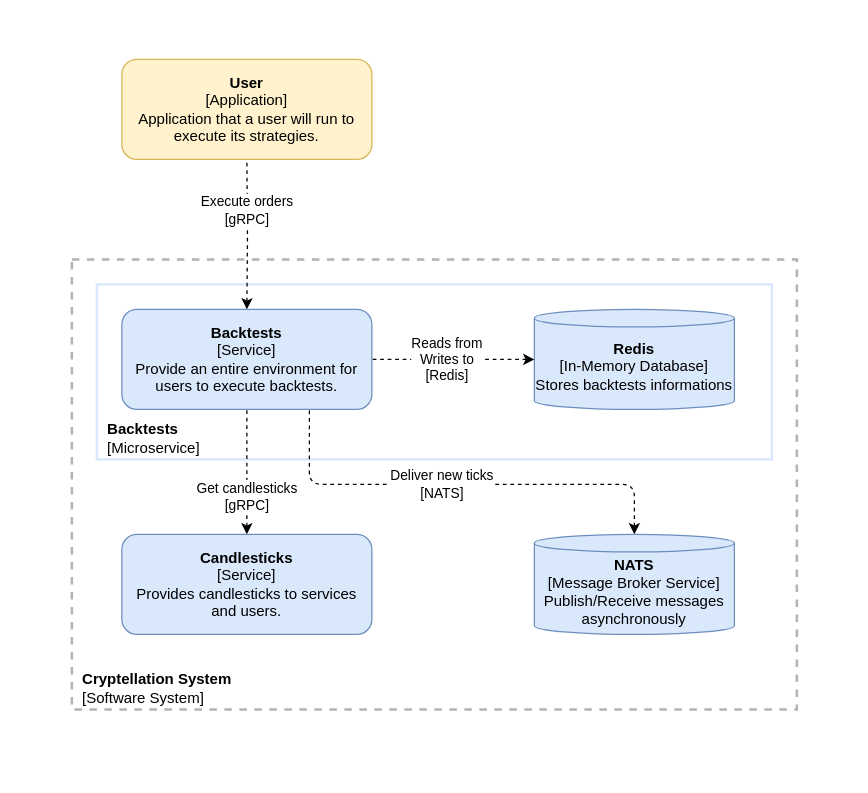
The draw.io diagram website/docs/system/backtests/container-diagram.drawio in lerenn/cryptellation, before the edit. Source tidied: cells renumbered, new cells numbered last; positions are measured from the earlier drawing's top-left corner, leaving out a move shared by most shapes. Both pictures are drawn from the tidied source at 125%, with x=0, y=0 at pixel (21, 21).
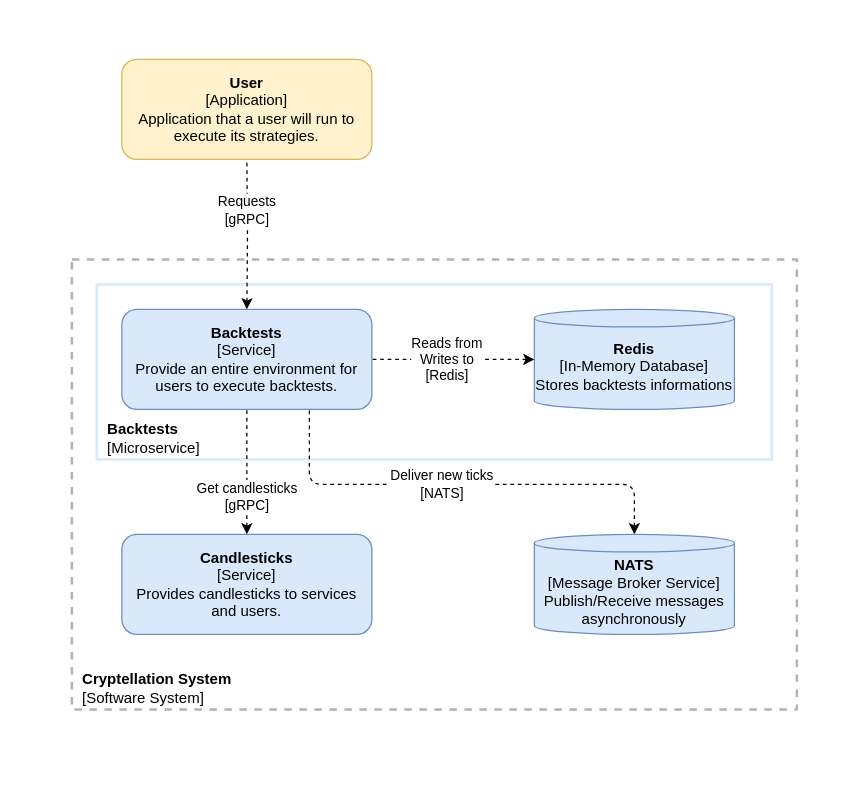
Above is the later version.

Commit message (it also covers changes not shown here):
add backtest component diagram

The edit, as a diff of the source:
```diff
@@
 <mxGraphModel>
   <root>
     <mxCell id="0" />
     <mxCell id="1" parent="0" />
     <mxCell id="2" style="rounded=1;whiteSpace=wrap;html=1;labelBackgroundColor=none;strokeColor=none;strokeWidth=2;fillColor=default;" parent="1" vertex="1">
       <mxGeometry width="660" height="600" as="geometry" />
     </mxCell>
     <mxCell id="3" value="&lt;b style=&quot;&quot;&gt;&amp;nbsp; Cryptellation System&lt;br&gt;&amp;nbsp;&amp;nbsp;&lt;/b&gt;&lt;span style=&quot;&quot;&gt;[Software System]&lt;/span&gt;" style="rounded=0;whiteSpace=wrap;html=1;fillColor=none;dashed=1;strokeWidth=2;strokeColor=#B3B3B3;align=left;verticalAlign=bottom;" parent="1" vertex="1">
       <mxGeometry x="40" y="190" width="580" height="360" as="geometry" />
     </mxCell>
     <mxCell id="4" value="&amp;nbsp; &lt;b&gt;Backtests&lt;/b&gt;&lt;br&gt;&amp;nbsp; [Microservice]" style="rounded=0;whiteSpace=wrap;html=1;labelBackgroundColor=none;strokeColor=#DAE8FC;strokeWidth=2;fillColor=none;verticalAlign=bottom;align=left;" parent="1" vertex="1">
       <mxGeometry x="60" y="210" width="540" height="140" as="geometry" />
     </mxCell>
     <mxCell id="5" value="&lt;b&gt;Backtests&lt;/b&gt;&lt;br&gt;[Service]&lt;br&gt;Provide an entire environment for users to execute backtests." style="rounded=1;whiteSpace=wrap;html=1;fillColor=#dae8fc;strokeColor=#6c8ebf;" parent="1" vertex="1">
       <mxGeometry x="80" y="230" width="200" height="80" as="geometry" />
     </mxCell>
     <mxCell id="6" value="&lt;b&gt;Redis&lt;/b&gt;&lt;br&gt;[In-Memory Database]&lt;br&gt;Stores backtests informations" style="shape=cylinder3;whiteSpace=wrap;html=1;boundedLbl=1;backgroundOutline=1;size=7;fillColor=#dae8fc;strokeColor=#6c8ebf;" parent="1" vertex="1">
       <mxGeometry x="410" y="230" width="160" height="80" as="geometry" />
     </mxCell>
     <mxCell id="7" value="&lt;font face=&quot;helvetica&quot;&gt;Reads from&lt;br&gt;Writes to&lt;br&gt;[Redis]&lt;br&gt;&lt;/font&gt;" style="endArrow=none;dashed=1;html=1;exitX=0;exitY=0.5;exitDx=0;exitDy=0;entryX=1;entryY=0.5;entryDx=0;entryDy=0;edgeStyle=orthogonalEdgeStyle;startArrow=classic;startFill=1;exitPerimeter=0;" parent="1" edge="1" source="6" target="5">
       <mxGeometry x="0.08" relative="1" as="geometry" />
     </mxCell>
     <mxCell id="8" value="&lt;b style=&quot;color: rgb(0 , 0 , 0) ; font-family: &amp;#34;helvetica&amp;#34; ; font-size: 12px ; font-style: normal ; letter-spacing: normal ; text-align: center ; text-indent: 0px ; text-transform: none ; word-spacing: 0px&quot;&gt;User&lt;/b&gt;&lt;br style=&quot;color: rgb(0 , 0 , 0) ; font-family: &amp;#34;helvetica&amp;#34; ; font-size: 12px ; font-style: normal ; font-weight: 400 ; letter-spacing: normal ; text-align: center ; text-indent: 0px ; text-transform: none ; word-spacing: 0px&quot;&gt;&lt;span style=&quot;color: rgb(0 , 0 , 0) ; font-family: &amp;#34;helvetica&amp;#34; ; font-size: 12px ; font-style: normal ; font-weight: 400 ; letter-spacing: normal ; text-align: center ; text-indent: 0px ; text-transform: none ; word-spacing: 0px ; display: inline ; float: none&quot;&gt;[Application]&lt;/span&gt;&lt;br style=&quot;color: rgb(0 , 0 , 0) ; font-family: &amp;#34;helvetica&amp;#34; ; font-size: 12px ; font-style: normal ; font-weight: 400 ; letter-spacing: normal ; text-align: center ; text-indent: 0px ; text-transform: none ; word-spacing: 0px&quot;&gt;&lt;span style=&quot;color: rgb(0 , 0 , 0) ; font-family: &amp;#34;helvetica&amp;#34; ; font-size: 12px ; font-style: normal ; font-weight: 400 ; letter-spacing: normal ; text-align: center ; text-indent: 0px ; text-transform: none ; word-spacing: 0px ; display: inline ; float: none&quot;&gt;Application that a user will run to execute its strategies.&lt;/span&gt;" style="rounded=1;whiteSpace=wrap;html=1;strokeColor=#d6b656;strokeWidth=1;fillColor=#fff2cc;" parent="1" vertex="1">
       <mxGeometry x="80" y="30" width="200" height="80" as="geometry" />
     </mxCell>
-    <mxCell id="9" value="&lt;font face=&quot;helvetica&quot;&gt;Execute orders&lt;br&gt;[gRPC]&lt;br&gt;&lt;/font&gt;" style="endArrow=none;dashed=1;html=1;entryX=0.5;entryY=1;entryDx=0;entryDy=0;edgeStyle=orthogonalEdgeStyle;startArrow=classic;startFill=1;" parent="1" edge="1" target="8">
+    <mxCell id="9" value="&lt;font face=&quot;helvetica&quot;&gt;Requests&lt;br&gt;[gRPC]&lt;br&gt;&lt;/font&gt;" style="endArrow=none;dashed=1;html=1;entryX=0.5;entryY=1;entryDx=0;entryDy=0;edgeStyle=orthogonalEdgeStyle;startArrow=classic;startFill=1;" parent="1" edge="1" target="8">
       <mxGeometry x="0.33" relative="1" as="geometry">
         <mxPoint x="180" y="230" as="sourcePoint" />
       </mxGeometry>
     </mxCell>
     <mxCell id="10" value="&lt;b&gt;Candlesticks&lt;/b&gt;&lt;br&gt;[Service]&lt;br&gt;Provides candlesticks to services and users." style="rounded=1;whiteSpace=wrap;html=1;fillColor=#dae8fc;strokeColor=#6c8ebf;" parent="1" vertex="1">
       <mxGeometry x="80" y="410" width="200" height="80" as="geometry" />
     </mxCell>
     <mxCell id="11" value="&lt;font face=&quot;helvetica&quot;&gt;Get candlesticks&lt;br&gt;[gRPC]&lt;br&gt;&lt;/font&gt;" style="endArrow=none;dashed=1;html=1;entryX=0.5;entryY=1;entryDx=0;entryDy=0;edgeStyle=orthogonalEdgeStyle;startArrow=classic;startFill=1;exitX=0.5;exitY=0;exitDx=0;exitDy=0;" parent="1" edge="1" source="10" target="5">
       <mxGeometry x="-0.4" relative="1" as="geometry" />
     </mxCell>
     <mxCell id="12" value="&lt;b&gt;NATS&lt;/b&gt;&lt;br&gt;[Message Broker Service]&lt;br&gt;Publish/Receive messages asynchronously" style="shape=cylinder3;whiteSpace=wrap;html=1;boundedLbl=1;backgroundOutline=1;size=7;fillColor=#dae8fc;strokeColor=#6c8ebf;" parent="1" vertex="1">
       <mxGeometry x="410" y="410" width="160" height="80" as="geometry" />
     </mxCell>
     <mxCell id="13" value="&lt;font face=&quot;helvetica&quot;&gt;Deliver new ticks&lt;br&gt;[NATS]&lt;br&gt;&lt;/font&gt;" style="endArrow=none;dashed=1;html=1;exitX=0.5;exitY=0;exitDx=0;exitDy=0;entryX=0.75;entryY=1;entryDx=0;entryDy=0;edgeStyle=orthogonalEdgeStyle;startArrow=classic;startFill=1;exitPerimeter=0;" parent="1" edge="1" source="12" target="5">
       <mxGeometry x="0.08" relative="1" as="geometry">
         <Array as="points">
           <mxPoint x="490" y="370" />
           <mxPoint x="230" y="370" />
         </Array>
       </mxGeometry>
     </mxCell>
   </root>
 </mxGraphModel>
```
